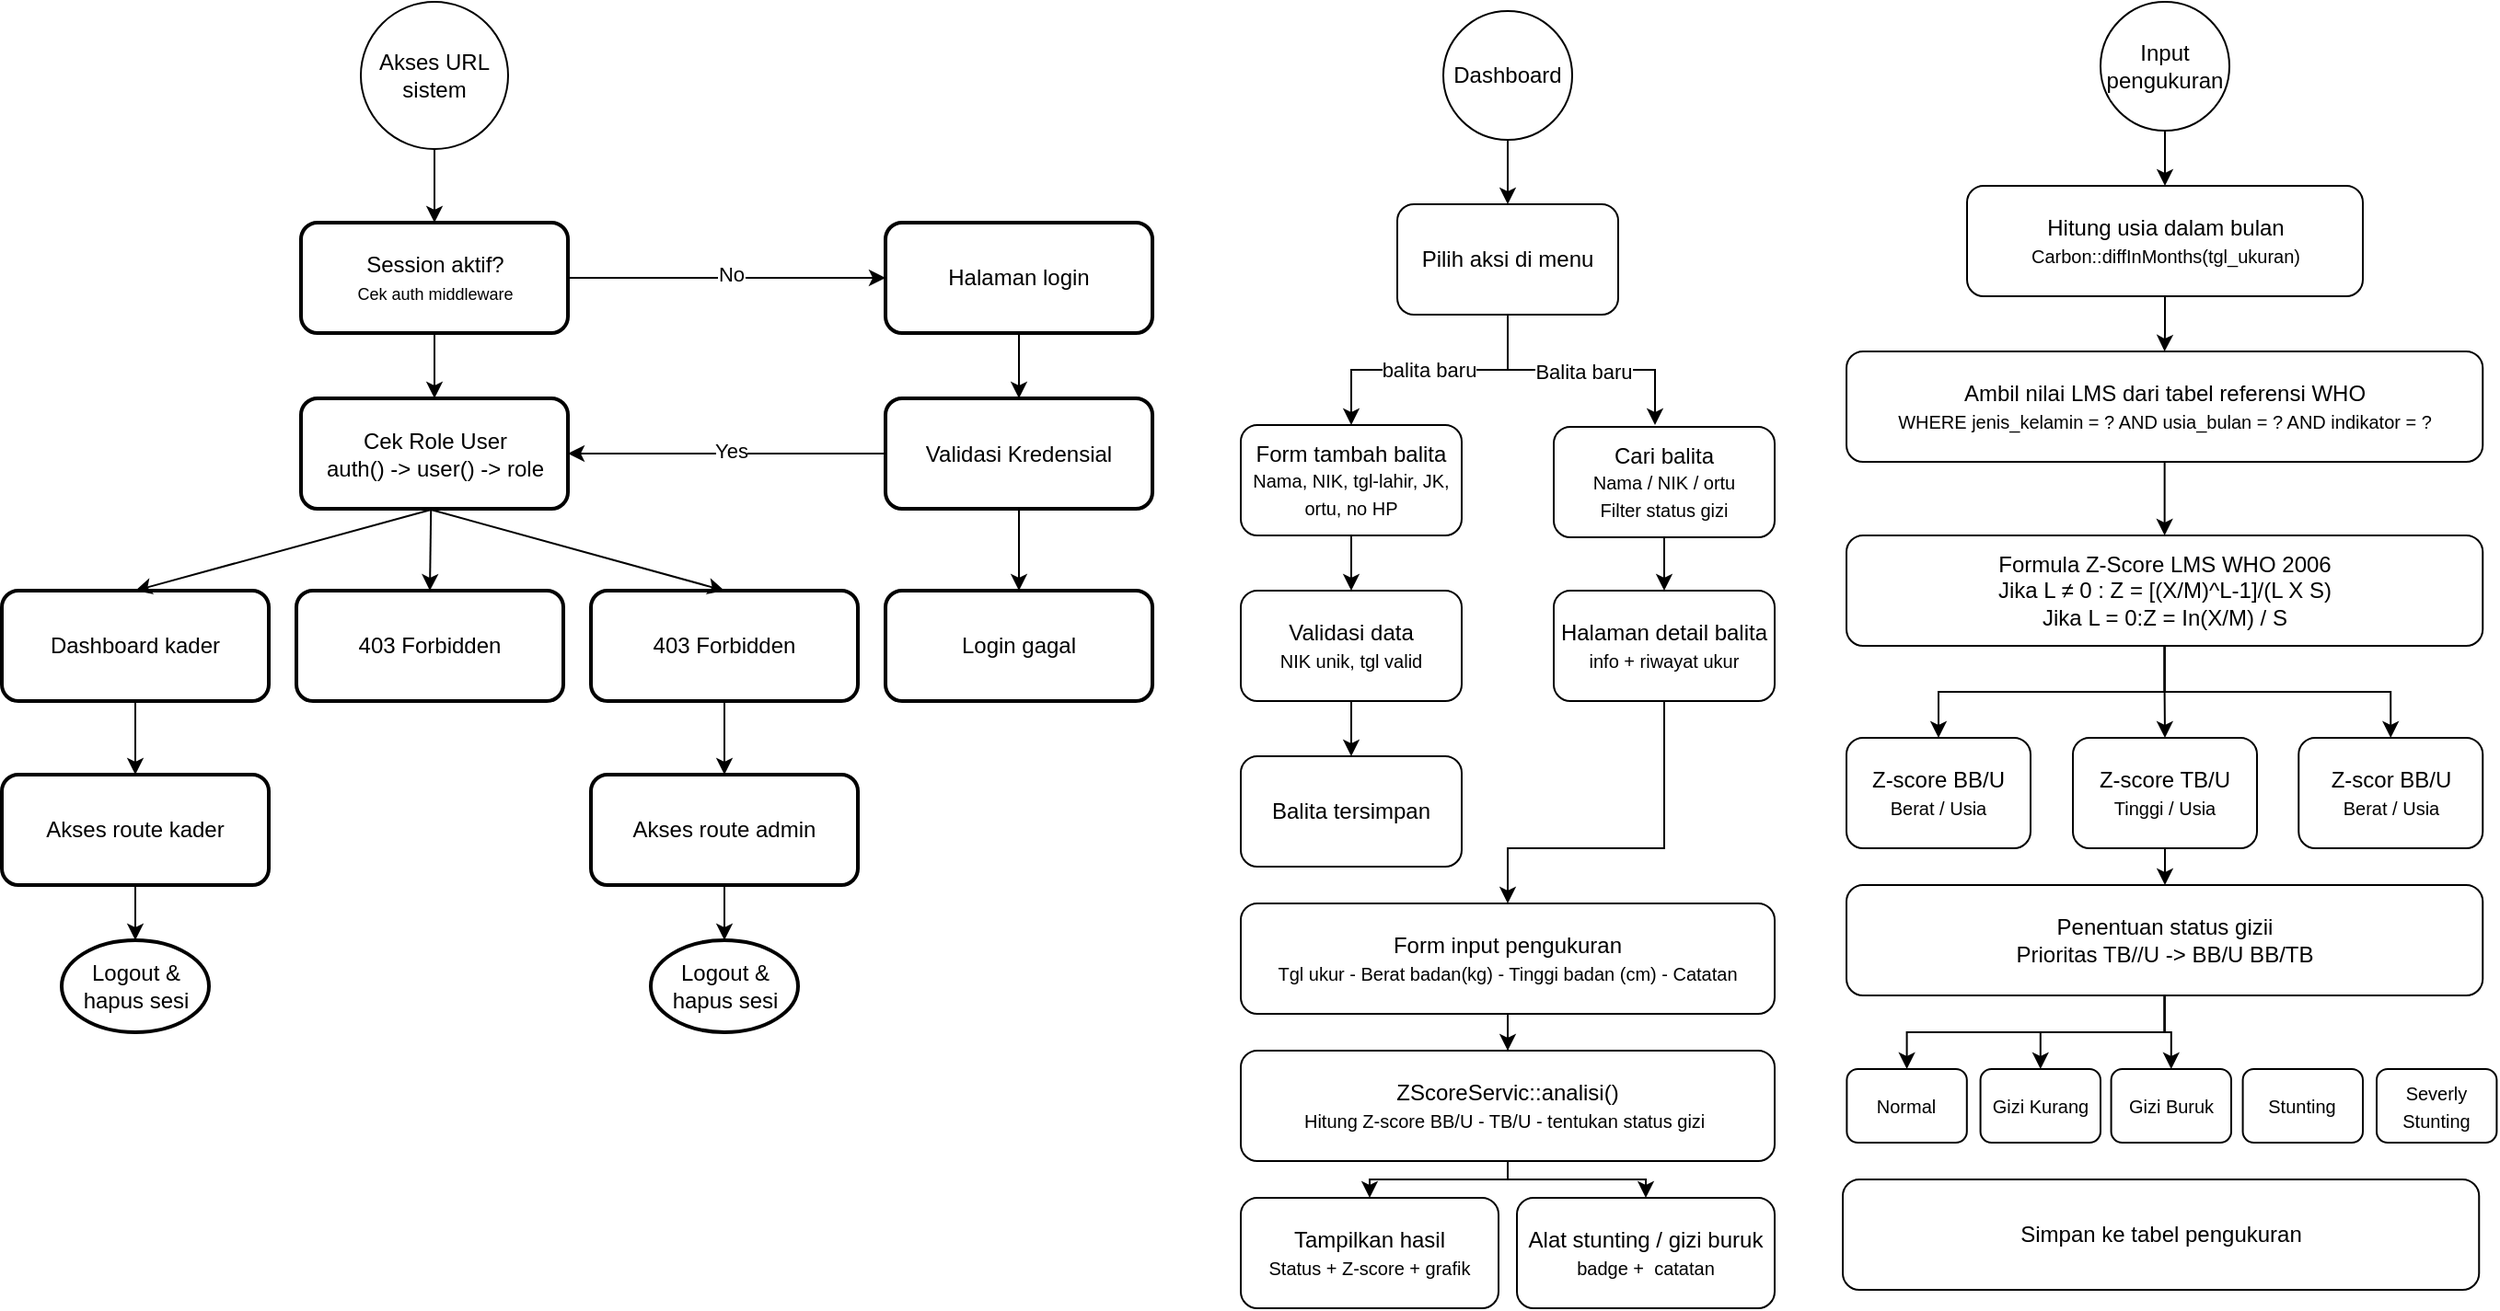
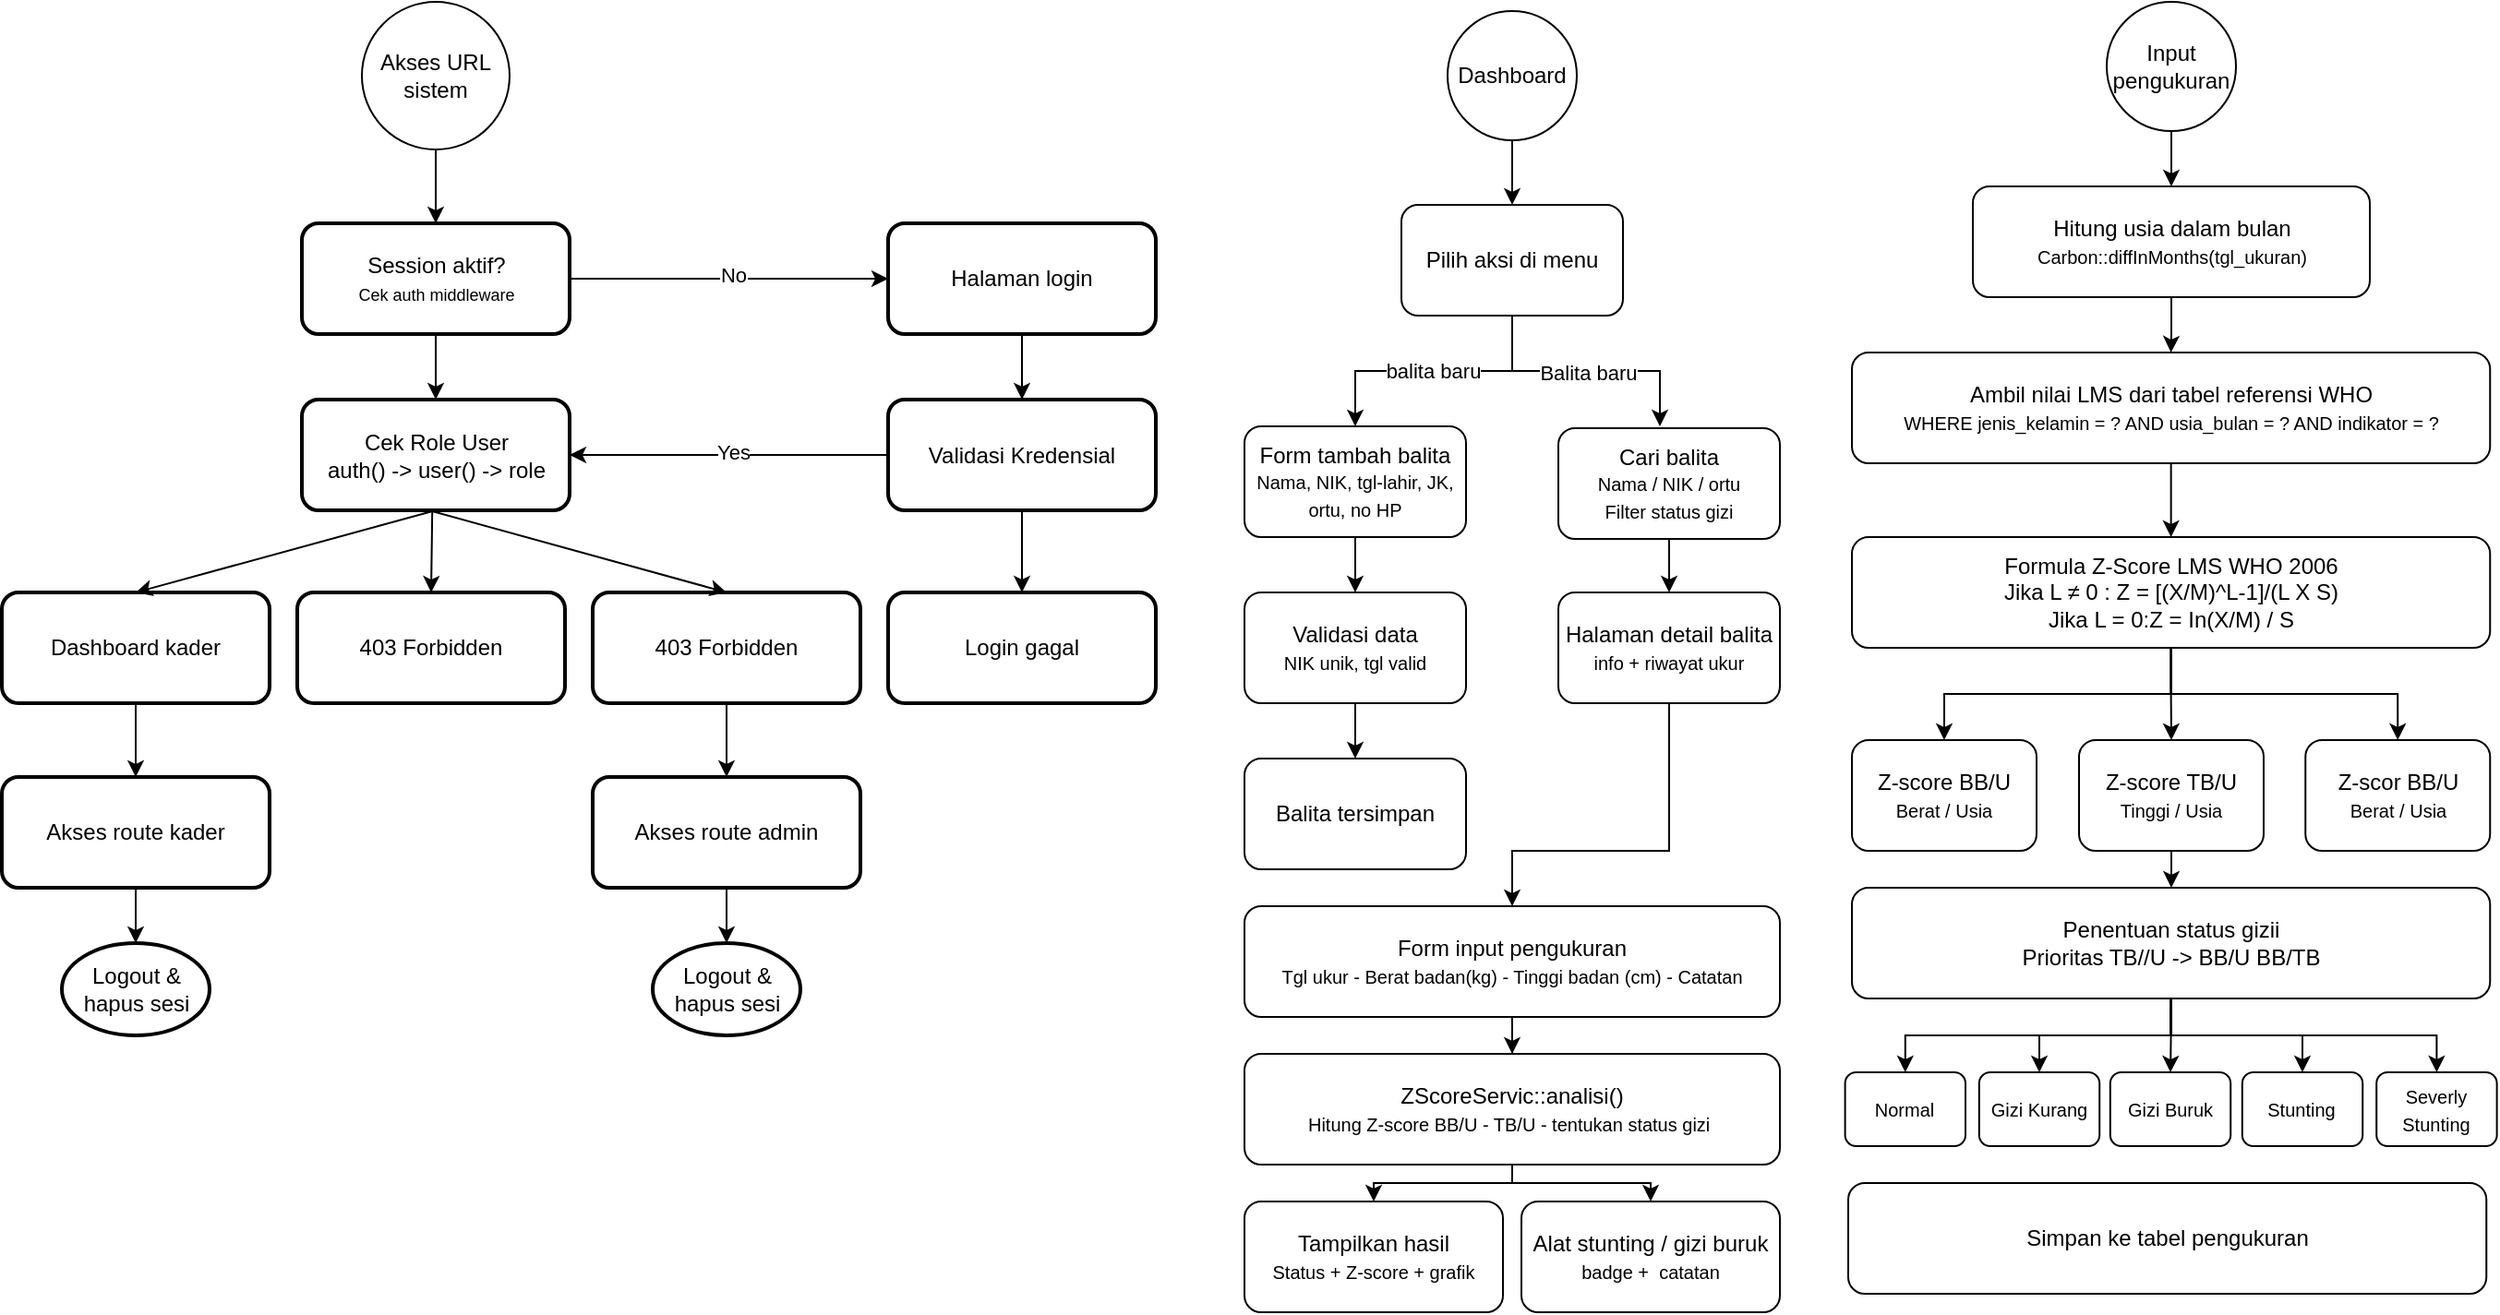
<mxfile host="app.diagrams.net">
  <diagram name="Page-1" id="lo46zBPT09g1e1HHkwEA">
-     <mxGraphModel dx="1414" dy="854" grid="1" gridSize="10" guides="1" tooltips="1" connect="1" arrows="1" fold="1" page="1" pageScale="1" pageWidth="1600" pageHeight="900" math="0" shadow="0">
+     <mxGraphModel dx="456" dy="281" grid="1" gridSize="10" guides="1" tooltips="1" connect="1" arrows="1" fold="1" page="1" pageScale="1" pageWidth="1600" pageHeight="900" math="0" shadow="0">
      <root>
        <mxCell id="0" />
        <mxCell id="1" parent="0" />
        <mxCell id="l1nZ_NFBRSj4Z8AIU339-7" edge="1" parent="1" source="9kNNXamBL4x3aZ7F3aSL-5" style="edgeStyle=orthogonalEdgeStyle;rounded=0;orthogonalLoop=1;jettySize=auto;html=1;exitX=0.5;exitY=1;exitDx=0;exitDy=0;" target="l1nZ_NFBRSj4Z8AIU339-6" value="">
          <mxGeometry relative="1" as="geometry">
            <mxPoint x="275" y="90" as="sourcePoint" />
          </mxGeometry>
        </mxCell>
        <mxCell id="l1nZ_NFBRSj4Z8AIU339-9" edge="1" parent="1" source="l1nZ_NFBRSj4Z8AIU339-6" style="edgeStyle=orthogonalEdgeStyle;rounded=0;orthogonalLoop=1;jettySize=auto;html=1;" target="l1nZ_NFBRSj4Z8AIU339-8" value="">
          <mxGeometry relative="1" as="geometry" />
        </mxCell>
        <mxCell id="9kNNXamBL4x3aZ7F3aSL-16" edge="1" parent="1" source="l1nZ_NFBRSj4Z8AIU339-6" style="edgeStyle=orthogonalEdgeStyle;rounded=0;orthogonalLoop=1;jettySize=auto;html=1;" target="9kNNXamBL4x3aZ7F3aSL-15" value="">
          <mxGeometry relative="1" as="geometry" />
        </mxCell>
        <mxCell id="9kNNXamBL4x3aZ7F3aSL-22" connectable="0" parent="9kNNXamBL4x3aZ7F3aSL-16" style="edgeLabel;html=1;align=center;verticalAlign=middle;resizable=0;points=[];" value="No" vertex="1">
          <mxGeometry relative="1" x="0.0211" y="2" as="geometry">
            <mxPoint as="offset" />
          </mxGeometry>
        </mxCell>
        <mxCell id="l1nZ_NFBRSj4Z8AIU339-6" parent="1" style="rounded=1;whiteSpace=wrap;html=1;strokeWidth=2;" value="Session aktif?&lt;br&gt;&lt;font style=&quot;font-size: 9px;&quot;&gt;Cek auth middleware&lt;/font&gt;" vertex="1">
          <mxGeometry height="60" width="145" x="202.5" y="130" as="geometry" />
        </mxCell>
        <mxCell id="l1nZ_NFBRSj4Z8AIU339-8" parent="1" style="rounded=1;whiteSpace=wrap;html=1;strokeWidth=2;" value="Cek Role User&lt;div&gt;auth() -&amp;gt; user() -&amp;gt; role&lt;/div&gt;" vertex="1">
          <mxGeometry height="60" width="145" x="202.5" y="225.5" as="geometry" />
        </mxCell>
        <mxCell id="9kNNXamBL4x3aZ7F3aSL-8" edge="1" parent="1" source="l1nZ_NFBRSj4Z8AIU339-10" style="edgeStyle=orthogonalEdgeStyle;rounded=0;orthogonalLoop=1;jettySize=auto;html=1;" target="9kNNXamBL4x3aZ7F3aSL-7" value="">
          <mxGeometry relative="1" as="geometry" />
        </mxCell>
        <mxCell id="l1nZ_NFBRSj4Z8AIU339-10" parent="1" style="rounded=1;whiteSpace=wrap;html=1;strokeWidth=2;" value="Dashboard kader" vertex="1">
          <mxGeometry height="60" width="145" x="40" y="330" as="geometry" />
        </mxCell>
        <mxCell id="l1nZ_NFBRSj4Z8AIU339-12" parent="1" style="rounded=1;whiteSpace=wrap;html=1;strokeWidth=2;" value="403 Forbidden" vertex="1">
          <mxGeometry height="60" width="145" x="200" y="330" as="geometry" />
        </mxCell>
        <mxCell id="9kNNXamBL4x3aZ7F3aSL-2" edge="1" parent="1" source="l1nZ_NFBRSj4Z8AIU339-13" style="edgeStyle=orthogonalEdgeStyle;rounded=0;orthogonalLoop=1;jettySize=auto;html=1;" target="9kNNXamBL4x3aZ7F3aSL-1" value="">
          <mxGeometry relative="1" as="geometry" />
        </mxCell>
        <mxCell id="l1nZ_NFBRSj4Z8AIU339-13" parent="1" style="rounded=1;whiteSpace=wrap;html=1;strokeWidth=2;" value="403 Forbidden" vertex="1">
          <mxGeometry height="60" width="145" x="360" y="330" as="geometry" />
        </mxCell>
        <mxCell id="l1nZ_NFBRSj4Z8AIU339-14" edge="1" parent="1" source="l1nZ_NFBRSj4Z8AIU339-8" style="endArrow=classic;html=1;rounded=0;exitX=0.5;exitY=1;exitDx=0;exitDy=0;entryX=0.5;entryY=0;entryDx=0;entryDy=0;" target="l1nZ_NFBRSj4Z8AIU339-10" value="">
          <mxGeometry height="50" relative="1" width="50" as="geometry">
            <mxPoint x="90" y="310" as="sourcePoint" />
            <mxPoint x="140" y="260" as="targetPoint" />
          </mxGeometry>
        </mxCell>
        <mxCell id="l1nZ_NFBRSj4Z8AIU339-15" edge="1" parent="1" source="l1nZ_NFBRSj4Z8AIU339-8" style="endArrow=classic;html=1;rounded=0;exitX=0.487;exitY=1.003;exitDx=0;exitDy=0;exitPerimeter=0;entryX=0.5;entryY=0;entryDx=0;entryDy=0;" target="l1nZ_NFBRSj4Z8AIU339-12" value="">
          <mxGeometry height="50" relative="1" width="50" as="geometry">
            <mxPoint x="407" y="290" as="sourcePoint" />
            <mxPoint x="240" y="332" as="targetPoint" />
          </mxGeometry>
        </mxCell>
        <mxCell id="l1nZ_NFBRSj4Z8AIU339-18" edge="1" parent="1" source="l1nZ_NFBRSj4Z8AIU339-8" style="endArrow=classic;html=1;rounded=0;exitX=0.49;exitY=1.01;exitDx=0;exitDy=0;entryX=0.5;entryY=0;entryDx=0;entryDy=0;exitPerimeter=0;" target="l1nZ_NFBRSj4Z8AIU339-13" value="">
          <mxGeometry height="50" relative="1" width="50" as="geometry">
            <mxPoint x="422" y="290" as="sourcePoint" />
            <mxPoint x="260" y="334" as="targetPoint" />
          </mxGeometry>
        </mxCell>
        <mxCell id="9kNNXamBL4x3aZ7F3aSL-4" edge="1" parent="1" source="9kNNXamBL4x3aZ7F3aSL-1" style="edgeStyle=orthogonalEdgeStyle;rounded=0;orthogonalLoop=1;jettySize=auto;html=1;" target="9kNNXamBL4x3aZ7F3aSL-3" value="">
          <mxGeometry relative="1" as="geometry" />
        </mxCell>
        <mxCell id="9kNNXamBL4x3aZ7F3aSL-1" parent="1" style="rounded=1;whiteSpace=wrap;html=1;strokeWidth=2;" value="Akses route admin" vertex="1">
          <mxGeometry height="60" width="145" x="360" y="430" as="geometry" />
        </mxCell>
        <mxCell id="9kNNXamBL4x3aZ7F3aSL-3" parent="1" style="ellipse;whiteSpace=wrap;html=1;rounded=1;strokeWidth=2;" value="Logout &amp;amp; hapus sesi" vertex="1">
          <mxGeometry height="50" width="80" x="392.5" y="520" as="geometry" />
        </mxCell>
        <mxCell id="9kNNXamBL4x3aZ7F3aSL-5" parent="1" style="ellipse;whiteSpace=wrap;html=1;aspect=fixed;" value="Akses URL sistem" vertex="1">
          <mxGeometry height="80" width="80" x="235" y="10" as="geometry" />
        </mxCell>
        <mxCell id="9kNNXamBL4x3aZ7F3aSL-14" edge="1" parent="1" source="9kNNXamBL4x3aZ7F3aSL-7" style="edgeStyle=orthogonalEdgeStyle;rounded=0;orthogonalLoop=1;jettySize=auto;html=1;" target="9kNNXamBL4x3aZ7F3aSL-13" value="">
          <mxGeometry relative="1" as="geometry" />
        </mxCell>
        <mxCell id="9kNNXamBL4x3aZ7F3aSL-7" parent="1" style="rounded=1;whiteSpace=wrap;html=1;strokeWidth=2;" value="Akses route kader" vertex="1">
          <mxGeometry height="60" width="145" x="40" y="430" as="geometry" />
        </mxCell>
        <mxCell id="9kNNXamBL4x3aZ7F3aSL-13" parent="1" style="ellipse;whiteSpace=wrap;html=1;rounded=1;strokeWidth=2;" value="Logout &amp;amp; hapus sesi" vertex="1">
          <mxGeometry height="50" width="80" x="72.5" y="520" as="geometry" />
        </mxCell>
        <mxCell id="9kNNXamBL4x3aZ7F3aSL-18" edge="1" parent="1" source="9kNNXamBL4x3aZ7F3aSL-15" style="edgeStyle=orthogonalEdgeStyle;rounded=0;orthogonalLoop=1;jettySize=auto;html=1;" target="9kNNXamBL4x3aZ7F3aSL-17" value="">
          <mxGeometry relative="1" as="geometry" />
        </mxCell>
        <mxCell id="9kNNXamBL4x3aZ7F3aSL-15" parent="1" style="rounded=1;whiteSpace=wrap;html=1;strokeWidth=2;" value="Halaman login" vertex="1">
          <mxGeometry height="60" width="145" x="520" y="130" as="geometry" />
        </mxCell>
        <mxCell id="9kNNXamBL4x3aZ7F3aSL-19" edge="1" parent="1" source="9kNNXamBL4x3aZ7F3aSL-17" style="edgeStyle=orthogonalEdgeStyle;rounded=0;orthogonalLoop=1;jettySize=auto;html=1;" target="l1nZ_NFBRSj4Z8AIU339-8" value="">
          <mxGeometry relative="1" as="geometry" />
        </mxCell>
        <mxCell id="9kNNXamBL4x3aZ7F3aSL-23" connectable="0" parent="9kNNXamBL4x3aZ7F3aSL-19" style="edgeLabel;html=1;align=center;verticalAlign=middle;resizable=0;points=[];" value="Yes" vertex="1">
          <mxGeometry relative="1" x="-0.0211" y="-2" as="geometry">
            <mxPoint as="offset" />
          </mxGeometry>
        </mxCell>
        <mxCell id="9kNNXamBL4x3aZ7F3aSL-21" edge="1" parent="1" source="9kNNXamBL4x3aZ7F3aSL-17" style="edgeStyle=orthogonalEdgeStyle;rounded=0;orthogonalLoop=1;jettySize=auto;html=1;" target="9kNNXamBL4x3aZ7F3aSL-20" value="">
          <mxGeometry relative="1" as="geometry" />
        </mxCell>
        <mxCell id="9kNNXamBL4x3aZ7F3aSL-17" parent="1" style="rounded=1;whiteSpace=wrap;html=1;strokeWidth=2;" value="Validasi Kredensial" vertex="1">
          <mxGeometry height="60" width="145" x="520" y="225.5" as="geometry" />
        </mxCell>
        <mxCell id="9kNNXamBL4x3aZ7F3aSL-20" parent="1" style="rounded=1;whiteSpace=wrap;html=1;strokeWidth=2;" value="Login gagal" vertex="1">
          <mxGeometry height="60" width="145" x="520" y="330" as="geometry" />
        </mxCell>
        <mxCell id="9kNNXamBL4x3aZ7F3aSL-27" edge="1" parent="1" source="9kNNXamBL4x3aZ7F3aSL-25" style="edgeStyle=orthogonalEdgeStyle;rounded=0;orthogonalLoop=1;jettySize=auto;html=1;" target="9kNNXamBL4x3aZ7F3aSL-26" value="">
          <mxGeometry relative="1" as="geometry" />
        </mxCell>
        <mxCell id="9kNNXamBL4x3aZ7F3aSL-25" parent="1" style="ellipse;whiteSpace=wrap;html=1;aspect=fixed;" value="Dashboard" vertex="1">
          <mxGeometry height="70" width="70" x="823" y="15" as="geometry" />
        </mxCell>
        <mxCell id="9kNNXamBL4x3aZ7F3aSL-29" edge="1" parent="1" source="9kNNXamBL4x3aZ7F3aSL-26" style="edgeStyle=orthogonalEdgeStyle;rounded=0;orthogonalLoop=1;jettySize=auto;html=1;" target="9kNNXamBL4x3aZ7F3aSL-28" value="">
          <mxGeometry relative="1" as="geometry" />
        </mxCell>
        <mxCell id="9kNNXamBL4x3aZ7F3aSL-48" connectable="0" parent="9kNNXamBL4x3aZ7F3aSL-29" style="edgeLabel;html=1;align=center;verticalAlign=middle;resizable=0;points=[];" value="balita baru" vertex="1">
          <mxGeometry relative="1" x="0.0062" as="geometry">
            <mxPoint as="offset" />
          </mxGeometry>
        </mxCell>
        <mxCell id="9kNNXamBL4x3aZ7F3aSL-31" edge="1" parent="1" source="9kNNXamBL4x3aZ7F3aSL-26" style="edgeStyle=orthogonalEdgeStyle;rounded=0;orthogonalLoop=1;jettySize=auto;html=1;entryX=0.5;entryY=0;entryDx=0;entryDy=0;exitX=0.5;exitY=1;exitDx=0;exitDy=0;">
          <mxGeometry relative="1" as="geometry">
            <Array as="points">
              <mxPoint x="858" y="210" />
              <mxPoint x="938" y="210" />
            </Array>
            <mxPoint x="863" y="179" as="sourcePoint" />
            <mxPoint x="938" y="240" as="targetPoint" />
          </mxGeometry>
        </mxCell>
        <mxCell id="9kNNXamBL4x3aZ7F3aSL-49" connectable="0" parent="9kNNXamBL4x3aZ7F3aSL-31" style="edgeLabel;html=1;align=center;verticalAlign=middle;resizable=0;points=[];" value="Balita baru" vertex="1">
          <mxGeometry relative="1" x="0.0122" y="-1" as="geometry">
            <mxPoint as="offset" />
          </mxGeometry>
        </mxCell>
        <mxCell id="9kNNXamBL4x3aZ7F3aSL-26" parent="1" style="rounded=1;whiteSpace=wrap;html=1;" value="Pilih aksi di menu" vertex="1">
          <mxGeometry height="60" width="120" x="798" y="120" as="geometry" />
        </mxCell>
        <mxCell id="9kNNXamBL4x3aZ7F3aSL-34" edge="1" parent="1" source="9kNNXamBL4x3aZ7F3aSL-28" style="edgeStyle=orthogonalEdgeStyle;rounded=0;orthogonalLoop=1;jettySize=auto;html=1;" target="9kNNXamBL4x3aZ7F3aSL-33" value="">
          <mxGeometry relative="1" as="geometry" />
        </mxCell>
        <mxCell id="9kNNXamBL4x3aZ7F3aSL-28" parent="1" style="rounded=1;whiteSpace=wrap;html=1;" value="Form tambah balita&lt;br&gt;&lt;font style=&quot;font-size: 10px;&quot;&gt;Nama, NIK, tgl-lahir, JK, ortu, no HP&lt;/font&gt;" vertex="1">
          <mxGeometry height="60" width="120" x="713" y="240" as="geometry" />
        </mxCell>
        <mxCell id="9kNNXamBL4x3aZ7F3aSL-36" edge="1" parent="1" source="9kNNXamBL4x3aZ7F3aSL-30" style="edgeStyle=orthogonalEdgeStyle;rounded=0;orthogonalLoop=1;jettySize=auto;html=1;" target="9kNNXamBL4x3aZ7F3aSL-35" value="">
          <mxGeometry relative="1" as="geometry" />
        </mxCell>
        <mxCell id="9kNNXamBL4x3aZ7F3aSL-30" parent="1" style="rounded=1;whiteSpace=wrap;html=1;" value="Cari balita&lt;div&gt;&lt;font style=&quot;font-size: 10px;&quot;&gt;Nama / NIK / ortu&lt;br&gt;Filter status gizi&lt;/font&gt;&lt;/div&gt;" vertex="1">
          <mxGeometry height="60" width="120" x="883" y="241" as="geometry" />
        </mxCell>
        <mxCell id="9kNNXamBL4x3aZ7F3aSL-38" edge="1" parent="1" source="9kNNXamBL4x3aZ7F3aSL-33" style="edgeStyle=orthogonalEdgeStyle;rounded=0;orthogonalLoop=1;jettySize=auto;html=1;" target="9kNNXamBL4x3aZ7F3aSL-37" value="">
          <mxGeometry relative="1" as="geometry" />
        </mxCell>
        <mxCell id="9kNNXamBL4x3aZ7F3aSL-33" parent="1" style="rounded=1;whiteSpace=wrap;html=1;" value="Validasi data&lt;div&gt;&lt;font style=&quot;font-size: 10px;&quot;&gt;NIK unik, tgl valid&lt;/font&gt;&lt;/div&gt;" vertex="1">
          <mxGeometry height="60" width="120" x="713" y="330" as="geometry" />
        </mxCell>
        <mxCell id="9kNNXamBL4x3aZ7F3aSL-40" edge="1" parent="1" source="9kNNXamBL4x3aZ7F3aSL-35" style="edgeStyle=orthogonalEdgeStyle;rounded=0;orthogonalLoop=1;jettySize=auto;html=1;" target="9kNNXamBL4x3aZ7F3aSL-39" value="">
          <mxGeometry relative="1" as="geometry">
            <Array as="points">
              <mxPoint x="943" y="470" />
              <mxPoint x="858" y="470" />
            </Array>
          </mxGeometry>
        </mxCell>
        <mxCell id="9kNNXamBL4x3aZ7F3aSL-35" parent="1" style="rounded=1;whiteSpace=wrap;html=1;" value="Halaman detail balita&lt;div&gt;&lt;font style=&quot;font-size: 10px;&quot;&gt;info + riwayat ukur&lt;/font&gt;&lt;/div&gt;" vertex="1">
          <mxGeometry height="60" width="120" x="883" y="330" as="geometry" />
        </mxCell>
        <mxCell id="9kNNXamBL4x3aZ7F3aSL-37" parent="1" style="rounded=1;whiteSpace=wrap;html=1;" value="Balita tersimpan" vertex="1">
          <mxGeometry height="60" width="120" x="713" y="420" as="geometry" />
        </mxCell>
        <mxCell id="9kNNXamBL4x3aZ7F3aSL-42" edge="1" parent="1" source="9kNNXamBL4x3aZ7F3aSL-39" style="edgeStyle=orthogonalEdgeStyle;rounded=0;orthogonalLoop=1;jettySize=auto;html=1;" target="9kNNXamBL4x3aZ7F3aSL-41" value="">
          <mxGeometry relative="1" as="geometry" />
        </mxCell>
        <mxCell id="9kNNXamBL4x3aZ7F3aSL-39" parent="1" style="rounded=1;whiteSpace=wrap;html=1;" value="Form input pengukuran&lt;div&gt;&lt;font style=&quot;font-size: 10px;&quot;&gt;Tgl ukur - Berat badan(kg) - Tinggi badan (cm) - Catatan&lt;/font&gt;&lt;/div&gt;" vertex="1">
          <mxGeometry height="60" width="290" x="713" y="500" as="geometry" />
        </mxCell>
        <mxCell id="9kNNXamBL4x3aZ7F3aSL-46" edge="1" parent="1" style="edgeStyle=orthogonalEdgeStyle;rounded=0;orthogonalLoop=1;jettySize=auto;html=1;entryX=0.5;entryY=0;entryDx=0;entryDy=0;" target="9kNNXamBL4x3aZ7F3aSL-43">
          <mxGeometry relative="1" as="geometry">
            <Array as="points">
              <mxPoint x="858" y="650" />
              <mxPoint x="933" y="650" />
            </Array>
            <mxPoint x="858" y="630" as="sourcePoint" />
          </mxGeometry>
        </mxCell>
        <mxCell id="9kNNXamBL4x3aZ7F3aSL-47" edge="1" parent="1" style="edgeStyle=orthogonalEdgeStyle;rounded=0;orthogonalLoop=1;jettySize=auto;html=1;entryX=0.5;entryY=0;entryDx=0;entryDy=0;" target="9kNNXamBL4x3aZ7F3aSL-45">
          <mxGeometry relative="1" as="geometry">
            <Array as="points">
              <mxPoint x="858" y="650" />
              <mxPoint x="783" y="650" />
            </Array>
            <mxPoint x="858" y="630" as="sourcePoint" />
          </mxGeometry>
        </mxCell>
        <mxCell id="9kNNXamBL4x3aZ7F3aSL-41" parent="1" style="rounded=1;whiteSpace=wrap;html=1;" value="&lt;div&gt;&lt;font style=&quot;&quot;&gt;ZScoreServic::analisi()&lt;/font&gt;&lt;/div&gt;&lt;div&gt;&lt;font style=&quot;font-size: 10px;&quot;&gt;Hitung Z-score BB/U - TB/U - tentukan status gizi&lt;/font&gt;&amp;nbsp;&lt;/div&gt;" vertex="1">
          <mxGeometry height="60" width="290" x="713" y="580" as="geometry" />
        </mxCell>
        <mxCell id="9kNNXamBL4x3aZ7F3aSL-43" parent="1" style="rounded=1;whiteSpace=wrap;html=1;" value="&lt;div&gt;Alat stunting / gizi buruk&lt;/div&gt;&lt;div&gt;&lt;font style=&quot;font-size: 10px;&quot;&gt;badge +&amp;nbsp; catatan&lt;/font&gt;&lt;/div&gt;" vertex="1">
          <mxGeometry height="60" width="140" x="863" y="660" as="geometry" />
        </mxCell>
        <mxCell id="9kNNXamBL4x3aZ7F3aSL-45" parent="1" style="rounded=1;whiteSpace=wrap;html=1;" value="&lt;div&gt;Tampilkan hasil&lt;/div&gt;&lt;div&gt;&lt;font style=&quot;font-size: 10px;&quot;&gt;Status + Z-score + grafik&lt;/font&gt;&lt;/div&gt;" vertex="1">
          <mxGeometry height="60" width="140" x="713" y="660" as="geometry" />
        </mxCell>
        <mxCell id="9kNNXamBL4x3aZ7F3aSL-53" edge="1" parent="1" source="9kNNXamBL4x3aZ7F3aSL-51" style="edgeStyle=orthogonalEdgeStyle;rounded=0;orthogonalLoop=1;jettySize=auto;html=1;" target="9kNNXamBL4x3aZ7F3aSL-52" value="">
          <mxGeometry relative="1" as="geometry" />
        </mxCell>
        <mxCell id="9kNNXamBL4x3aZ7F3aSL-51" parent="1" style="ellipse;whiteSpace=wrap;html=1;aspect=fixed;" value="Input pengukuran" vertex="1">
          <mxGeometry height="70" width="70" x="1180" y="10" as="geometry" />
        </mxCell>
        <mxCell id="9kNNXamBL4x3aZ7F3aSL-55" edge="1" parent="1" source="9kNNXamBL4x3aZ7F3aSL-52" style="edgeStyle=orthogonalEdgeStyle;rounded=0;orthogonalLoop=1;jettySize=auto;html=1;" target="9kNNXamBL4x3aZ7F3aSL-54" value="">
          <mxGeometry relative="1" as="geometry" />
        </mxCell>
        <mxCell id="9kNNXamBL4x3aZ7F3aSL-52" parent="1" style="rounded=1;whiteSpace=wrap;html=1;" value="Hitung usia dalam bulan&lt;div&gt;&lt;font style=&quot;font-size: 10px;&quot;&gt;Carbon::diffInMonths(tgl_ukuran)&lt;/font&gt;&lt;/div&gt;" vertex="1">
          <mxGeometry height="60" width="215" x="1107.5" y="110" as="geometry" />
        </mxCell>
        <mxCell id="9kNNXamBL4x3aZ7F3aSL-57" edge="1" parent="1" source="9kNNXamBL4x3aZ7F3aSL-54" style="edgeStyle=orthogonalEdgeStyle;rounded=0;orthogonalLoop=1;jettySize=auto;html=1;" target="9kNNXamBL4x3aZ7F3aSL-56" value="">
          <mxGeometry relative="1" as="geometry" />
        </mxCell>
        <mxCell id="9kNNXamBL4x3aZ7F3aSL-54" parent="1" style="rounded=1;whiteSpace=wrap;html=1;" value="Ambil nilai LMS dari tabel referensi WHO&lt;div&gt;&lt;font style=&quot;font-size: 10px;&quot;&gt;WHERE jenis_kelamin = ? AND usia_bulan = ? AND indikator = ?&lt;/font&gt;&lt;/div&gt;" vertex="1">
          <mxGeometry height="60" width="345.62" x="1042.0100000000002" y="200" as="geometry" />
        </mxCell>
        <mxCell id="9kNNXamBL4x3aZ7F3aSL-59" edge="1" parent="1" source="9kNNXamBL4x3aZ7F3aSL-56" style="edgeStyle=orthogonalEdgeStyle;rounded=0;orthogonalLoop=1;jettySize=auto;html=1;" target="9kNNXamBL4x3aZ7F3aSL-58" value="">
          <mxGeometry relative="1" as="geometry" />
        </mxCell>
        <mxCell id="9kNNXamBL4x3aZ7F3aSL-64" edge="1" parent="1" source="9kNNXamBL4x3aZ7F3aSL-56" style="edgeStyle=orthogonalEdgeStyle;rounded=0;orthogonalLoop=1;jettySize=auto;html=1;" target="9kNNXamBL4x3aZ7F3aSL-62">
          <mxGeometry relative="1" as="geometry" />
        </mxCell>
        <mxCell id="9kNNXamBL4x3aZ7F3aSL-65" edge="1" parent="1" source="9kNNXamBL4x3aZ7F3aSL-56" style="edgeStyle=orthogonalEdgeStyle;rounded=0;orthogonalLoop=1;jettySize=auto;html=1;entryX=0.5;entryY=0;entryDx=0;entryDy=0;" target="9kNNXamBL4x3aZ7F3aSL-63">
          <mxGeometry relative="1" as="geometry" />
        </mxCell>
        <mxCell id="9kNNXamBL4x3aZ7F3aSL-56" parent="1" style="rounded=1;whiteSpace=wrap;html=1;" value="Formula Z-Score LMS WHO 2006&lt;div&gt;Jika L ≠ 0 : Z = [(X/M)^L-1]/(L X S)&lt;/div&gt;&lt;div&gt;Jika L = 0:Z = In(X/M) / S&lt;/div&gt;" vertex="1">
          <mxGeometry height="60" width="345.63" x="1042" y="300" as="geometry" />
        </mxCell>
        <mxCell id="9kNNXamBL4x3aZ7F3aSL-58" parent="1" style="rounded=1;whiteSpace=wrap;html=1;" value="&lt;font style=&quot;font-size: 12px;&quot;&gt;Z-score BB/U&lt;/font&gt;&lt;div&gt;&lt;font size=&quot;1&quot;&gt;Berat / Usia&lt;/font&gt;&lt;/div&gt;" vertex="1">
          <mxGeometry height="60" width="100" x="1042" y="410" as="geometry" />
        </mxCell>
        <mxCell id="9kNNXamBL4x3aZ7F3aSL-67" edge="1" parent="1" source="9kNNXamBL4x3aZ7F3aSL-62" style="edgeStyle=orthogonalEdgeStyle;rounded=0;orthogonalLoop=1;jettySize=auto;html=1;" target="9kNNXamBL4x3aZ7F3aSL-66" value="">
          <mxGeometry relative="1" as="geometry" />
        </mxCell>
        <mxCell id="9kNNXamBL4x3aZ7F3aSL-62" parent="1" style="rounded=1;whiteSpace=wrap;html=1;" value="&lt;font style=&quot;font-size: 12px;&quot;&gt;Z-score TB/U&lt;/font&gt;&lt;div&gt;&lt;font size=&quot;1&quot;&gt;Tinggi / Usia&lt;/font&gt;&lt;/div&gt;" vertex="1">
          <mxGeometry height="60" width="100" x="1165" y="410" as="geometry" />
        </mxCell>
        <mxCell id="9kNNXamBL4x3aZ7F3aSL-63" parent="1" style="rounded=1;whiteSpace=wrap;html=1;" value="&lt;font style=&quot;font-size: 12px;&quot;&gt;Z-scor BB/U&lt;/font&gt;&lt;div&gt;&lt;font size=&quot;1&quot;&gt;Berat / Usia&lt;/font&gt;&lt;/div&gt;" vertex="1">
          <mxGeometry height="60" width="100" x="1287.63" y="410" as="geometry" />
        </mxCell>
        <mxCell id="9kNNXamBL4x3aZ7F3aSL-69" edge="1" parent="1" source="9kNNXamBL4x3aZ7F3aSL-66" style="edgeStyle=orthogonalEdgeStyle;rounded=0;orthogonalLoop=1;jettySize=auto;html=1;" target="9kNNXamBL4x3aZ7F3aSL-68" value="">
          <mxGeometry relative="1" as="geometry" />
        </mxCell>
        <mxCell id="9kNNXamBL4x3aZ7F3aSL-81" edge="1" parent="1" source="9kNNXamBL4x3aZ7F3aSL-66" style="edgeStyle=orthogonalEdgeStyle;rounded=0;orthogonalLoop=1;jettySize=auto;html=1;entryX=0.5;entryY=0;entryDx=0;entryDy=0;" target="9kNNXamBL4x3aZ7F3aSL-76">
          <mxGeometry relative="1" as="geometry" />
        </mxCell>
        <mxCell id="9kNNXamBL4x3aZ7F3aSL-66" parent="1" style="rounded=1;whiteSpace=wrap;html=1;" value="Penentuan status gizii&lt;div&gt;Prioritas TB//U -&amp;gt; BB/U BB/TB&lt;/div&gt;" vertex="1">
          <mxGeometry height="60" width="345.63" x="1042" y="490" as="geometry" />
        </mxCell>
        <mxCell id="9kNNXamBL4x3aZ7F3aSL-68" parent="1" style="rounded=1;whiteSpace=wrap;html=1;" value="&lt;font size=&quot;1&quot;&gt;Normal&lt;/font&gt;" vertex="1">
-           <mxGeometry height="40" width="65.21" x="1042.19" y="590" as="geometry" />
+           <mxGeometry height="40" width="65.21" x="1038.3" y="590" as="geometry" />
        </mxCell>
        <mxCell id="9kNNXamBL4x3aZ7F3aSL-74" parent="1" style="rounded=1;whiteSpace=wrap;html=1;" value="&lt;font size=&quot;1&quot;&gt;Gizi Kurang&lt;/font&gt;" vertex="1">
-           <mxGeometry height="40" width="65.21" x="1114.79" y="590" as="geometry" />
+           <mxGeometry height="40" width="65.21" x="1110.8999999999999" y="590" as="geometry" />
        </mxCell>
        <mxCell id="9kNNXamBL4x3aZ7F3aSL-75" edge="1" parent="1" source="9kNNXamBL4x3aZ7F3aSL-66" style="edgeStyle=orthogonalEdgeStyle;rounded=0;orthogonalLoop=1;jettySize=auto;html=1;entryX=0.5;entryY=0;entryDx=0;entryDy=0;" target="9kNNXamBL4x3aZ7F3aSL-74">
          <mxGeometry relative="1" as="geometry" />
        </mxCell>
        <mxCell id="9kNNXamBL4x3aZ7F3aSL-76" parent="1" style="rounded=1;whiteSpace=wrap;html=1;" value="&lt;font size=&quot;1&quot;&gt;Gizi Buruk&lt;/font&gt;" vertex="1">
-           <mxGeometry height="40" width="65.21" x="1185.79" y="590" as="geometry" />
+           <mxGeometry height="40" width="65.21" x="1181.8999999999999" y="590" as="geometry" />
        </mxCell>
        <mxCell id="9kNNXamBL4x3aZ7F3aSL-77" parent="1" style="rounded=1;whiteSpace=wrap;html=1;" value="&lt;font size=&quot;1&quot;&gt;Stunting&lt;/font&gt;" vertex="1">
-           <mxGeometry height="40" width="65.21" x="1257.29" y="590" as="geometry" />
+           <mxGeometry height="40" width="65.21" x="1253.3999999999999" y="590" as="geometry" />
        </mxCell>
        <mxCell id="9kNNXamBL4x3aZ7F3aSL-78" parent="1" style="rounded=1;whiteSpace=wrap;html=1;" value="&lt;font size=&quot;1&quot;&gt;Severly&lt;/font&gt;&lt;div&gt;&lt;font size=&quot;1&quot;&gt;Stunting&lt;/font&gt;&lt;/div&gt;" vertex="1">
-           <mxGeometry height="40" width="65.21" x="1330" y="590" as="geometry" />
+           <mxGeometry height="40" width="65.21" x="1326.11" y="590" as="geometry" />
        </mxCell>
        <mxCell id="9kNNXamBL4x3aZ7F3aSL-79" parent="1" style="rounded=1;whiteSpace=wrap;html=1;" value="Simpan ke tabel pengukuran" vertex="1">
          <mxGeometry height="60" width="345.63" x="1040" y="650" as="geometry" />
+         </mxCell>
+         <mxCell id="bQXOlwy0chk1F2wuY6aM-1" edge="1" parent="1" source="9kNNXamBL4x3aZ7F3aSL-66" style="edgeStyle=orthogonalEdgeStyle;rounded=0;orthogonalLoop=1;jettySize=auto;html=1;exitX=0.5;exitY=1;exitDx=0;exitDy=0;entryX=0.5;entryY=0;entryDx=0;entryDy=0;" target="9kNNXamBL4x3aZ7F3aSL-77">
+           <mxGeometry relative="1" as="geometry">
+             <Array as="points">
+               <mxPoint x="1215" y="570" />
+               <mxPoint x="1286" y="570" />
+             </Array>
+             <mxPoint x="1327.3955899999999" y="549.9999999999999" as="sourcePoint" />
+             <mxPoint x="1280" y="590" as="targetPoint" />
+           </mxGeometry>
+         </mxCell>
+         <mxCell id="bQXOlwy0chk1F2wuY6aM-2" edge="1" parent="1" source="9kNNXamBL4x3aZ7F3aSL-66" style="edgeStyle=orthogonalEdgeStyle;rounded=0;orthogonalLoop=1;jettySize=auto;html=1;exitX=0.5;exitY=1;exitDx=0;exitDy=0;entryX=0.5;entryY=0;entryDx=0;entryDy=0;" target="9kNNXamBL4x3aZ7F3aSL-78">
+           <mxGeometry relative="1" as="geometry">
+             <Array as="points">
+               <mxPoint x="1215" y="570" />
+               <mxPoint x="1359" y="570" />
+             </Array>
+             <mxPoint x="1287.63" y="550" as="sourcePoint" />
+             <mxPoint x="1358.63" y="590" as="targetPoint" />
+           </mxGeometry>
        </mxCell>
      </root>
    </mxGraphModel>
  </diagram>
</mxfile>
